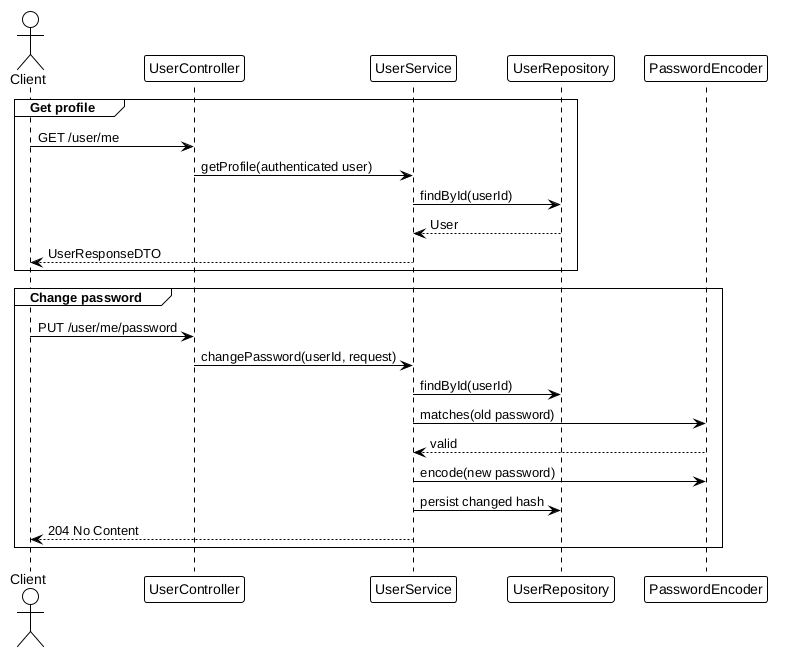
Before: docs/user/user-sequence.png, a diagram exported from PlantUML (genesshoan/fitness-tracker-api). Source of this version:
```plantuml
@startuml
!theme plain
actor Client
participant UserController
participant UserService
participant UserRepository
participant PasswordEncoder

group Get profile
  Client -> UserController : GET /user/me
  UserController -> UserService : getProfile(authenticated user)
  UserService -> UserRepository : findById(userId)
  UserRepository --> UserService : User
  UserService --> Client : UserResponseDTO
end

group Change password
  Client -> UserController : PUT /user/me/password
  UserController -> UserService : changePassword(userId, request)
  UserService -> UserRepository : findById(userId)
  UserService -> PasswordEncoder : matches(old password)
  PasswordEncoder --> UserService : valid
  UserService -> PasswordEncoder : encode(new password)
  UserService -> UserRepository : persist changed hash
  UserService --> Client : 204 No Content
end
@enduml
```
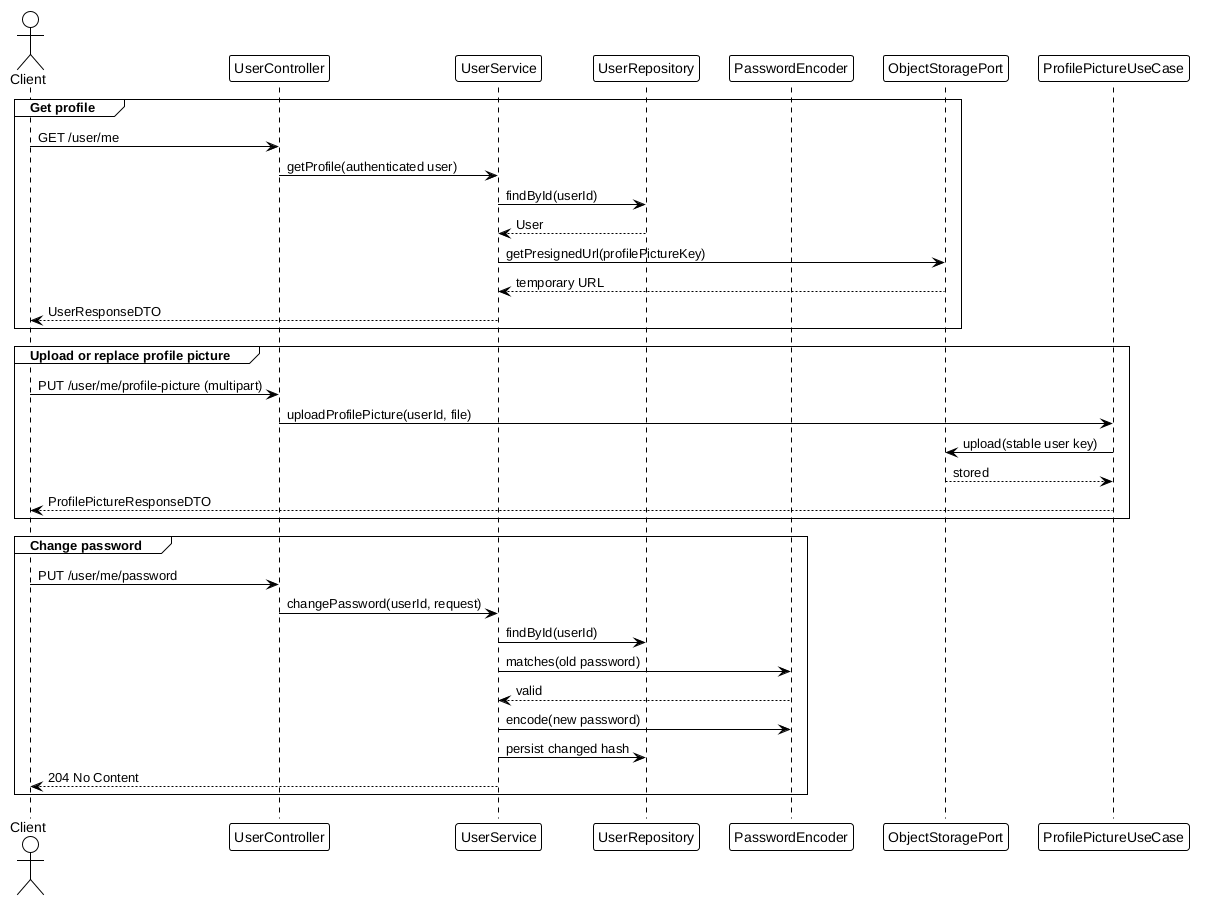
Later version of the same file.

Commit message:
docs: update user profile picture documentation

Diff of the diagram source:
```diff
@@ -5,13 +5,24 @@
 participant UserService
 participant UserRepository
 participant PasswordEncoder
+participant ObjectStoragePort
 
 group Get profile
   Client -> UserController : GET /user/me
   UserController -> UserService : getProfile(authenticated user)
   UserService -> UserRepository : findById(userId)
   UserRepository --> UserService : User
+  UserService -> ObjectStoragePort : getPresignedUrl(profilePictureKey)
+  ObjectStoragePort --> UserService : temporary URL
   UserService --> Client : UserResponseDTO
+end
+
+group Upload or replace profile picture
+  Client -> UserController : PUT /user/me/profile-picture (multipart)
+  UserController -> ProfilePictureUseCase : uploadProfilePicture(userId, file)
+  ProfilePictureUseCase -> ObjectStoragePort : upload(stable user key)
+  ObjectStoragePort --> ProfilePictureUseCase : stored
+  ProfilePictureUseCase --> Client : ProfilePictureResponseDTO
 end
 
 group Change password
```
